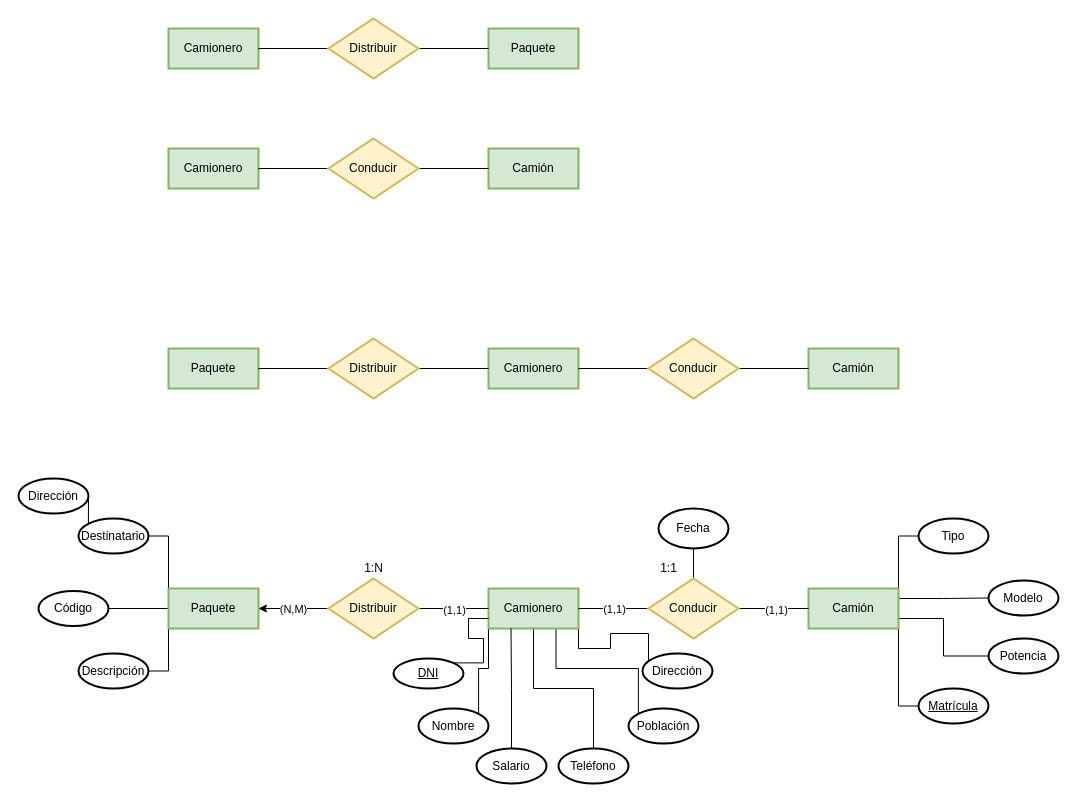
Before: Sistema de reparto.drawio in Carball04/Trabajos-E-R, a draw.io diagram. Source tidied: cells renumbered, new cells numbered last; positions are measured from the earlier drawing's top-left corner, leaving out a move shared by most shapes. Both pictures are drawn from the tidied source at 100%, with x=0, y=0 at pixel (18, 18).
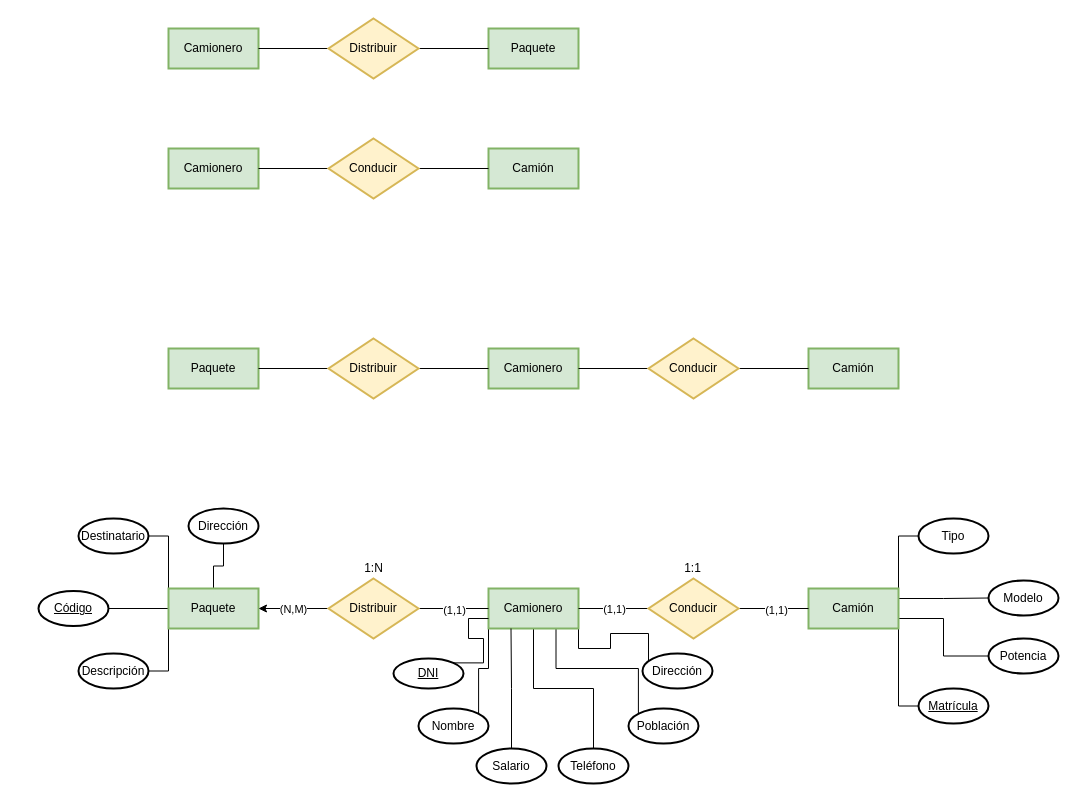
Above is the later version.

The change refers to these unchanged cells:
```xml
<mxCell id="24" value="Paquete" style="whiteSpace=wrap;html=1;align=center;fillColor=#d5e8d4;strokeColor=#82b366;strokeWidth=2;" parent="1" vertex="1">
  <mxGeometry x="150" y="570" width="90" height="40" as="geometry" />
</mxCell>
<mxCell id="45" value="Conducir" style="shape=rhombus;perimeter=rhombusPerimeter;whiteSpace=wrap;html=1;align=center;strokeWidth=2;fillColor=#fff2cc;strokeColor=#d6b656;" parent="1" vertex="1">
  <mxGeometry x="630" y="560" width="90" height="60" as="geometry" />
</mxCell>
<mxCell id="60" value="Destinatario" style="ellipse;whiteSpace=wrap;html=1;align=center;strokeColor=#000000;strokeWidth=2;fillColor=#FFFFFF;" parent="1" vertex="1">
  <mxGeometry x="60" y="500" width="70" height="35" as="geometry" />
</mxCell>
```

The edit, as a diff of the source:
```diff
@@
+    <mxCell id="66" style="edgeStyle=orthogonalEdgeStyle;rounded=0;jettySize=auto;html=1;exitX=0.5;exitY=0;exitDx=0;exitDy=0;entryX=0.5;entryY=1;entryDx=0;entryDy=0;endArrow=none;endFill=0;" parent="1" edge="1" source="24" target="56">
+      <mxGeometry relative="1" as="geometry" />
+    </mxCell>
@@
-    <mxCell id="44" style="edgeStyle=orthogonalEdgeStyle;rounded=0;jettySize=auto;html=1;exitX=0.5;exitY=0;exitDx=0;exitDy=0;entryX=0.5;entryY=1;entryDx=0;entryDy=0;endArrow=none;endFill=0;" parent="1" edge="1" source="45" target="65">
-      <mxGeometry relative="1" as="geometry" />
-    </mxCell>
@@
     <mxCell id="46" value="&lt;div&gt;1:1&lt;/div&gt;" style="text;html=1;align=center;verticalAlign=middle;strokeColor=none;fillColor=none;" parent="1" vertex="1">
-      <mxGeometry x="630" y="535" width="40" height="30" as="geometry" />
+      <mxGeometry x="654" y="535" width="40" height="30" as="geometry" />
     </mxCell>
@@
     <mxCell id="56" value="Dirección" style="ellipse;whiteSpace=wrap;html=1;align=center;strokeColor=#000000;strokeWidth=2;fillColor=#FFFFFF;" parent="1" vertex="1">
-      <mxGeometry y="460" width="70" height="35" as="geometry" />
+      <mxGeometry x="170" y="490" width="70" height="35" as="geometry" />
     </mxCell>
@@
-    <mxCell id="58" value="Código" style="ellipse;whiteSpace=wrap;html=1;align=center;strokeColor=#000000;strokeWidth=2;fillColor=#FFFFFF;" parent="1" vertex="1">
+    <mxCell id="58" value="Código" style="ellipse;whiteSpace=wrap;html=1;align=center;strokeColor=#000000;strokeWidth=2;fillColor=#FFFFFF;fontStyle=4;" parent="1" vertex="1">
       <mxGeometry x="20" y="572.5" width="70" height="35" as="geometry" />
     </mxCell>
-    <mxCell id="59" style="edgeStyle=orthogonalEdgeStyle;rounded=0;jettySize=auto;html=1;exitX=0;exitY=0;exitDx=0;exitDy=0;entryX=1;entryY=0.5;entryDx=0;entryDy=0;endArrow=none;endFill=0;" parent="1" edge="1" source="60" target="56">
-      <mxGeometry relative="1" as="geometry" />
-    </mxCell>
@@
-    <mxCell id="65" value="Fecha" style="ellipse;whiteSpace=wrap;html=1;align=center;strokeColor=#000000;strokeWidth=2;fillColor=#FFFFFF;" parent="1" vertex="1">
-      <mxGeometry x="640" y="490" width="70" height="40" as="geometry" />
-    </mxCell>
```
